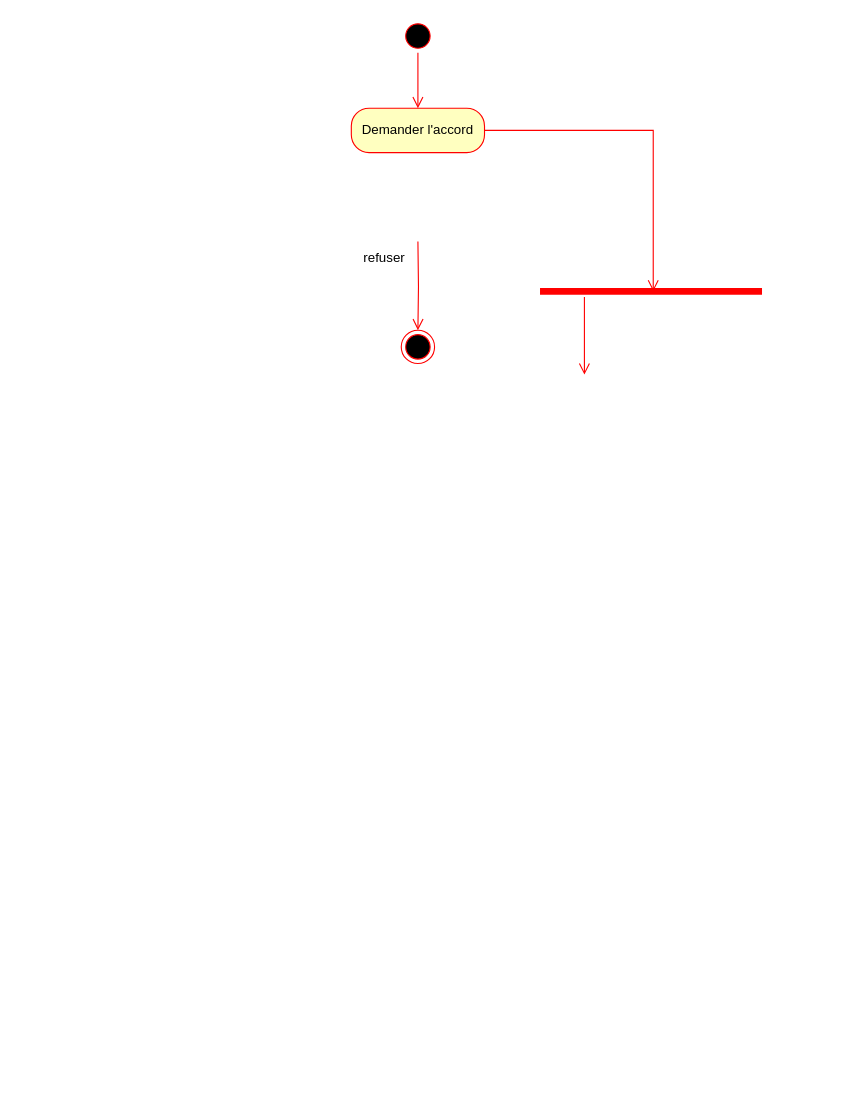
Earlier version of the draw.io diagram TP5/TP_5_UML_Exercice_2.drawio (Mzk-Ali/EXO_M2I_UML). Source tidied: cells renumbered, new cells numbered last; positions are measured from the earlier drawing's top-left corner, leaving out a move shared by most shapes. Both pictures are drawn from the tidied source at 111%, with x=0, y=0 at pixel (351, 19).
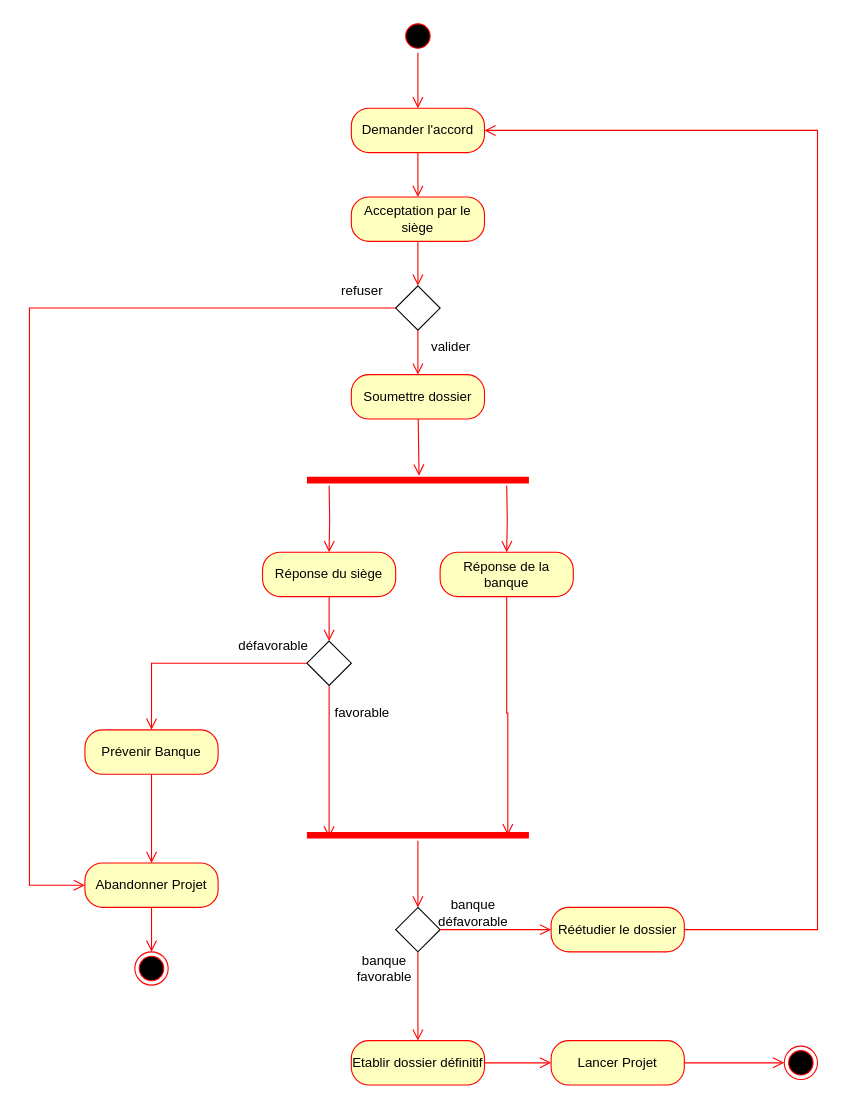
The same page after the edit.

Commit message (it also covers changes not shown here):
Mettre à jour TP_5_UML_Exercice_2.drawio

Unchanged cells that the change refers to:
```xml
<mxCell id="2" value="Demander l'accord" style="rounded=1;whiteSpace=wrap;html=1;arcSize=40;fontColor=#000000;fillColor=#ffffc0;strokeColor=#ff0000;" parent="1" vertex="1">
  <mxGeometry y="80" width="120" height="40" as="geometry" />
</mxCell>
```

What changed in the source:
```diff
@@
-    <mxCell id="5" style="shape=line;html=1;strokeWidth=6;strokeColor=#ff0000;" parent="1" vertex="1">
-      <mxGeometry x="170" y="240" width="200" height="10" as="geometry" />
-    </mxCell>
-    <mxCell id="6" style="edgeStyle=orthogonalEdgeStyle;html=1;verticalAlign=bottom;endArrow=open;endSize=8;strokeColor=#ff0000;rounded=0;" parent="1" edge="1">
-      <mxGeometry relative="1" as="geometry">
-        <mxPoint x="210" y="250" as="sourcePoint" />
-        <mxPoint x="210" y="320" as="targetPoint" />
-      </mxGeometry>
-    </mxCell>
-    <mxCell id="7" style="ellipse;html=1;shape=endState;fillColor=#000000;strokeColor=#ff0000;" parent="1" vertex="1">
-      <mxGeometry x="45" y="280" width="30" height="30" as="geometry" />
-    </mxCell>
-    <mxCell id="8" style="edgeStyle=orthogonalEdgeStyle;html=1;verticalAlign=bottom;endArrow=open;endSize=8;strokeColor=#ff0000;rounded=0;entryX=0.5;entryY=0;entryDx=0;entryDy=0;exitX=0.5;exitY=1;exitDx=0;exitDy=0;" parent="1" edge="1" target="7">
+    <mxCell id="8" style="edgeStyle=orthogonalEdgeStyle;html=1;verticalAlign=bottom;endArrow=open;endSize=8;strokeColor=#ff0000;rounded=0;entryX=0;entryY=0.5;entryDx=0;entryDy=0;exitX=0;exitY=0.5;exitDx=0;exitDy=0;" parent="1" edge="1" source="13" target="34">
       <mxGeometry relative="1" as="geometry">
-        <mxPoint x="60" y="200" as="sourcePoint" />
+        <Array as="points">
+          <mxPoint x="-290" y="260" />
+          <mxPoint x="-290" y="780" />
+        </Array>
       </mxGeometry>
     </mxCell>
     <mxCell id="9" value="refuser" style="text;html=1;align=center;verticalAlign=middle;whiteSpace=wrap;rounded=0;" parent="1" vertex="1">
-      <mxGeometry y="200" width="60" height="30" as="geometry" />
+      <mxGeometry x="-20" y="230" width="60" height="30" as="geometry" />
     </mxCell>
-    <mxCell id="10" style="edgeStyle=orthogonalEdgeStyle;html=1;verticalAlign=bottom;endArrow=open;endSize=8;strokeColor=#ff0000;rounded=0;entryX=0.51;entryY=0.5;entryDx=0;entryDy=0;exitX=1;exitY=0.5;exitDx=0;exitDy=0;entryPerimeter=0;" parent="1" edge="1" source="2" target="5">
+    <mxCell id="10" style="edgeStyle=orthogonalEdgeStyle;html=1;verticalAlign=bottom;endArrow=open;endSize=8;strokeColor=#ff0000;rounded=0;exitX=0.5;exitY=1;exitDx=0;exitDy=0;entryX=0.5;entryY=0;entryDx=0;entryDy=0;" parent="1" edge="1" source="2" target="11">
       <mxGeometry relative="1" as="geometry" />
     </mxCell>
+    <mxCell id="11" value="Acceptation par le siège" style="rounded=1;whiteSpace=wrap;html=1;arcSize=40;fontColor=#000000;fillColor=#ffffc0;strokeColor=#ff0000;" parent="1" vertex="1">
+      <mxGeometry y="160" width="120" height="40" as="geometry" />
+    </mxCell>
+    <mxCell id="12" style="edgeStyle=orthogonalEdgeStyle;html=1;verticalAlign=bottom;endArrow=open;endSize=8;strokeColor=#ff0000;rounded=0;entryX=0.5;entryY=0;entryDx=0;entryDy=0;" parent="1" edge="1" source="11" target="13">
+      <mxGeometry relative="1" as="geometry" />
+    </mxCell>
+    <mxCell id="13" style="rhombus;whiteSpace=wrap;html=1;" parent="1" vertex="1">
+      <mxGeometry x="40" y="240" width="40" height="40" as="geometry" />
+    </mxCell>
+    <mxCell id="14" value="Soumettre dossier" style="rounded=1;whiteSpace=wrap;html=1;arcSize=40;fontColor=#000000;fillColor=#ffffc0;strokeColor=#ff0000;" parent="1" vertex="1">
+      <mxGeometry y="320" width="120" height="40" as="geometry" />
+    </mxCell>
+    <mxCell id="15" style="html=1;verticalAlign=bottom;endArrow=open;endSize=8;strokeColor=#ff0000;rounded=0;entryX=0.505;entryY=0.1;entryDx=0;entryDy=0;entryPerimeter=0;" parent="1" edge="1" source="14" target="17">
+      <mxGeometry relative="1" as="geometry" />
+    </mxCell>
+    <mxCell id="16" style="edgeStyle=orthogonalEdgeStyle;html=1;verticalAlign=bottom;endArrow=open;endSize=8;strokeColor=#ff0000;rounded=0;entryX=0.5;entryY=0;entryDx=0;entryDy=0;exitX=0.5;exitY=1;exitDx=0;exitDy=0;" parent="1" edge="1" source="13" target="14">
+      <mxGeometry relative="1" as="geometry" />
+    </mxCell>
+    <mxCell id="17" style="shape=line;html=1;strokeWidth=6;strokeColor=#ff0000;" parent="1" vertex="1">
+      <mxGeometry x="-40" y="410" width="200" height="10" as="geometry" />
+    </mxCell>
+    <mxCell id="18" style="edgeStyle=orthogonalEdgeStyle;html=1;verticalAlign=bottom;endArrow=open;endSize=8;strokeColor=#ff0000;rounded=0;entryX=0.5;entryY=0;entryDx=0;entryDy=0;" parent="1" edge="1" target="21">
+      <mxGeometry relative="1" as="geometry">
+        <mxPoint x="-20" y="420" as="sourcePoint" />
+      </mxGeometry>
+    </mxCell>
+    <mxCell id="19" style="edgeStyle=orthogonalEdgeStyle;html=1;verticalAlign=bottom;endArrow=open;endSize=8;strokeColor=#ff0000;rounded=0;entryX=0.5;entryY=0;entryDx=0;entryDy=0;" parent="1" edge="1" target="23">
+      <mxGeometry relative="1" as="geometry">
+        <mxPoint x="140" y="420" as="sourcePoint" />
+      </mxGeometry>
+    </mxCell>
+    <mxCell id="20" value="valider" style="text;html=1;align=center;verticalAlign=middle;whiteSpace=wrap;rounded=0;" parent="1" vertex="1">
+      <mxGeometry x="60" y="280" width="60" height="30" as="geometry" />
+    </mxCell>
+    <mxCell id="21" value="Réponse du siège" style="rounded=1;whiteSpace=wrap;html=1;arcSize=40;fontColor=#000000;fillColor=#ffffc0;strokeColor=#ff0000;" parent="1" vertex="1">
+      <mxGeometry x="-80" y="480" width="120" height="40" as="geometry" />
+    </mxCell>
+    <mxCell id="22" style="edgeStyle=orthogonalEdgeStyle;html=1;verticalAlign=bottom;endArrow=open;endSize=8;strokeColor=#ff0000;rounded=0;entryX=0.5;entryY=0;entryDx=0;entryDy=0;" parent="1" edge="1" source="21" target="25">
+      <mxGeometry relative="1" as="geometry" />
+    </mxCell>
+    <mxCell id="23" value="Réponse de la banque" style="rounded=1;whiteSpace=wrap;html=1;arcSize=40;fontColor=#000000;fillColor=#ffffc0;strokeColor=#ff0000;" parent="1" vertex="1">
+      <mxGeometry x="80" y="480" width="120" height="40" as="geometry" />
+    </mxCell>
+    <mxCell id="24" style="edgeStyle=orthogonalEdgeStyle;html=1;verticalAlign=bottom;endArrow=open;endSize=8;strokeColor=#ff0000;rounded=0;entryX=0.905;entryY=0.5;entryDx=0;entryDy=0;entryPerimeter=0;" parent="1" edge="1" source="23" target="26">
+      <mxGeometry relative="1" as="geometry" />
+    </mxCell>
+    <mxCell id="25" style="rhombus;whiteSpace=wrap;html=1;" parent="1" vertex="1">
+      <mxGeometry x="-40" y="560" width="40" height="40" as="geometry" />
+    </mxCell>
+    <mxCell id="26" style="shape=line;html=1;strokeWidth=6;strokeColor=#ff0000;" parent="1" vertex="1">
+      <mxGeometry x="-40" y="730" width="200" height="10" as="geometry" />
+    </mxCell>
+    <mxCell id="27" style="edgeStyle=orthogonalEdgeStyle;html=1;verticalAlign=bottom;endArrow=open;endSize=8;strokeColor=#ff0000;rounded=0;entryX=0.5;entryY=0;entryDx=0;entryDy=0;" parent="1" edge="1" source="26" target="37">
+      <mxGeometry relative="1" as="geometry" />
+    </mxCell>
+    <mxCell id="28" style="edgeStyle=orthogonalEdgeStyle;html=1;verticalAlign=bottom;endArrow=open;endSize=8;strokeColor=#ff0000;rounded=0;entryX=0.1;entryY=0.7;entryDx=0;entryDy=0;exitX=0.5;exitY=1;exitDx=0;exitDy=0;entryPerimeter=0;" parent="1" edge="1" source="25" target="26">
+      <mxGeometry relative="1" as="geometry" />
+    </mxCell>
+    <mxCell id="29" value="favorable" style="text;html=1;align=center;verticalAlign=middle;whiteSpace=wrap;rounded=0;" parent="1" vertex="1">
+      <mxGeometry x="-20" y="610" width="60" height="30" as="geometry" />
+    </mxCell>
+    <mxCell id="30" style="edgeStyle=orthogonalEdgeStyle;html=1;verticalAlign=bottom;endArrow=open;endSize=8;strokeColor=#ff0000;rounded=0;exitX=0;exitY=0.5;exitDx=0;exitDy=0;entryX=0.5;entryY=0;entryDx=0;entryDy=0;" parent="1" edge="1" source="25" target="32">
+      <mxGeometry relative="1" as="geometry" />
+    </mxCell>
+    <mxCell id="31" value="défavorable" style="text;html=1;align=center;verticalAlign=middle;whiteSpace=wrap;rounded=0;" parent="1" vertex="1">
+      <mxGeometry x="-100" y="550" width="60" height="30" as="geometry" />
+    </mxCell>
+    <mxCell id="32" value="Prévenir Banque" style="rounded=1;whiteSpace=wrap;html=1;arcSize=40;fontColor=#000000;fillColor=#ffffc0;strokeColor=#ff0000;" parent="1" vertex="1">
+      <mxGeometry x="-240" y="640" width="120" height="40" as="geometry" />
+    </mxCell>
+    <mxCell id="33" style="edgeStyle=orthogonalEdgeStyle;html=1;verticalAlign=bottom;endArrow=open;endSize=8;strokeColor=#ff0000;rounded=0;entryX=0.5;entryY=0;entryDx=0;entryDy=0;" parent="1" edge="1" source="32" target="34">
+      <mxGeometry relative="1" as="geometry" />
+    </mxCell>
+    <mxCell id="34" value="Abandonner Projet" style="rounded=1;whiteSpace=wrap;html=1;arcSize=40;fontColor=#000000;fillColor=#ffffc0;strokeColor=#ff0000;" parent="1" vertex="1">
+      <mxGeometry x="-240" y="760" width="120" height="40" as="geometry" />
+    </mxCell>
+    <mxCell id="35" style="edgeStyle=orthogonalEdgeStyle;html=1;verticalAlign=bottom;endArrow=open;endSize=8;strokeColor=#ff0000;rounded=0;entryX=0.5;entryY=0;entryDx=0;entryDy=0;" parent="1" edge="1" source="34" target="36">
+      <mxGeometry relative="1" as="geometry" />
+    </mxCell>
+    <mxCell id="36" style="ellipse;html=1;shape=endState;fillColor=#000000;strokeColor=#ff0000;" parent="1" vertex="1">
+      <mxGeometry x="-195" y="840" width="30" height="30" as="geometry" />
+    </mxCell>
+    <mxCell id="37" style="rhombus;whiteSpace=wrap;html=1;" parent="1" vertex="1">
+      <mxGeometry x="40" y="800" width="40" height="40" as="geometry" />
+    </mxCell>
+    <mxCell id="38" value="Etablir dossier définitif" style="rounded=1;whiteSpace=wrap;html=1;arcSize=40;fontColor=#000000;fillColor=#ffffc0;strokeColor=#ff0000;" parent="1" vertex="1">
+      <mxGeometry y="920" width="120" height="40" as="geometry" />
+    </mxCell>
+    <mxCell id="39" style="edgeStyle=orthogonalEdgeStyle;html=1;verticalAlign=bottom;endArrow=open;endSize=8;strokeColor=#ff0000;rounded=0;entryX=0;entryY=0.5;entryDx=0;entryDy=0;" parent="1" edge="1" source="38" target="45">
+      <mxGeometry relative="1" as="geometry" />
+    </mxCell>
+    <mxCell id="40" value="Réétudier le dossier" style="rounded=1;whiteSpace=wrap;html=1;arcSize=40;fontColor=#000000;fillColor=#ffffc0;strokeColor=#ff0000;" parent="1" vertex="1">
+      <mxGeometry x="180" y="800" width="120" height="40" as="geometry" />
+    </mxCell>
+    <mxCell id="41" style="edgeStyle=orthogonalEdgeStyle;html=1;verticalAlign=bottom;endArrow=open;endSize=8;strokeColor=#ff0000;rounded=0;entryX=0.5;entryY=0;entryDx=0;entryDy=0;exitX=0.5;exitY=1;exitDx=0;exitDy=0;" parent="1" edge="1" source="37" target="38">
+      <mxGeometry relative="1" as="geometry" />
+    </mxCell>
+    <mxCell id="42" style="edgeStyle=orthogonalEdgeStyle;html=1;verticalAlign=bottom;endArrow=open;endSize=8;strokeColor=#ff0000;rounded=0;entryX=0;entryY=0.5;entryDx=0;entryDy=0;exitX=1;exitY=0.5;exitDx=0;exitDy=0;" parent="1" edge="1" source="37" target="40">
+      <mxGeometry relative="1" as="geometry" />
+    </mxCell>
+    <mxCell id="43" value="banque favorable" style="text;html=1;align=center;verticalAlign=middle;whiteSpace=wrap;rounded=0;" parent="1" vertex="1">
+      <mxGeometry y="840" width="60" height="30" as="geometry" />
+    </mxCell>
+    <mxCell id="44" value="banque défavorable" style="text;html=1;align=center;verticalAlign=middle;whiteSpace=wrap;rounded=0;" parent="1" vertex="1">
+      <mxGeometry x="80" y="790" width="60" height="30" as="geometry" />
+    </mxCell>
+    <mxCell id="45" value="Lancer Projet" style="rounded=1;whiteSpace=wrap;html=1;arcSize=40;fontColor=#000000;fillColor=#ffffc0;strokeColor=#ff0000;" parent="1" vertex="1">
+      <mxGeometry x="180" y="920" width="120" height="40" as="geometry" />
+    </mxCell>
+    <mxCell id="46" style="edgeStyle=orthogonalEdgeStyle;html=1;verticalAlign=bottom;endArrow=open;endSize=8;strokeColor=#ff0000;rounded=0;entryX=0;entryY=0.5;entryDx=0;entryDy=0;" parent="1" edge="1" source="45" target="47">
+      <mxGeometry relative="1" as="geometry" />
+    </mxCell>
+    <mxCell id="47" style="ellipse;html=1;shape=endState;fillColor=#000000;strokeColor=#ff0000;" parent="1" vertex="1">
+      <mxGeometry x="390" y="925" width="30" height="30" as="geometry" />
+    </mxCell>
+    <mxCell id="48" style="edgeStyle=orthogonalEdgeStyle;html=1;verticalAlign=bottom;endArrow=open;endSize=8;strokeColor=#ff0000;rounded=0;entryX=1;entryY=0.5;entryDx=0;entryDy=0;exitX=1;exitY=0.5;exitDx=0;exitDy=0;" parent="1" edge="1" source="40" target="2">
+      <mxGeometry relative="1" as="geometry">
+        <Array as="points">
+          <mxPoint x="420" y="820" />
+          <mxPoint x="420" y="100" />
+        </Array>
+      </mxGeometry>
+    </mxCell>
```
